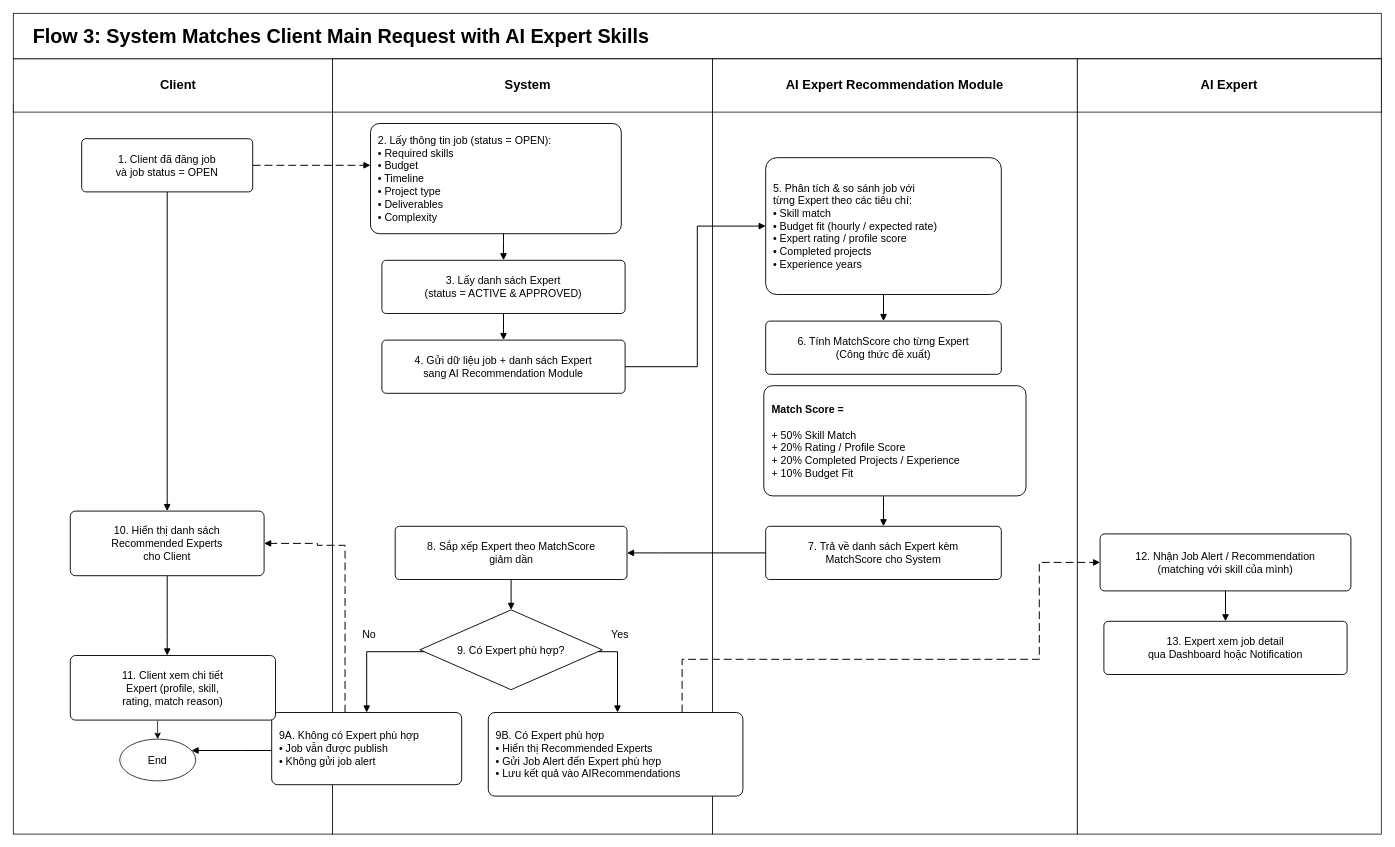
Earlier version of the draw.io diagram Document AiTasker/MainFlow/flow3_ai_expert_recommendation.drawio (khoabuck/AI-Tasker). Source tidied: cells renumbered, new cells numbered last; positions are measured from the earlier drawing's top-left corner, leaving out a move shared by most shapes. Both pictures are drawn from the tidied source at 76%, with x=0, y=0 at pixel (13, 13).
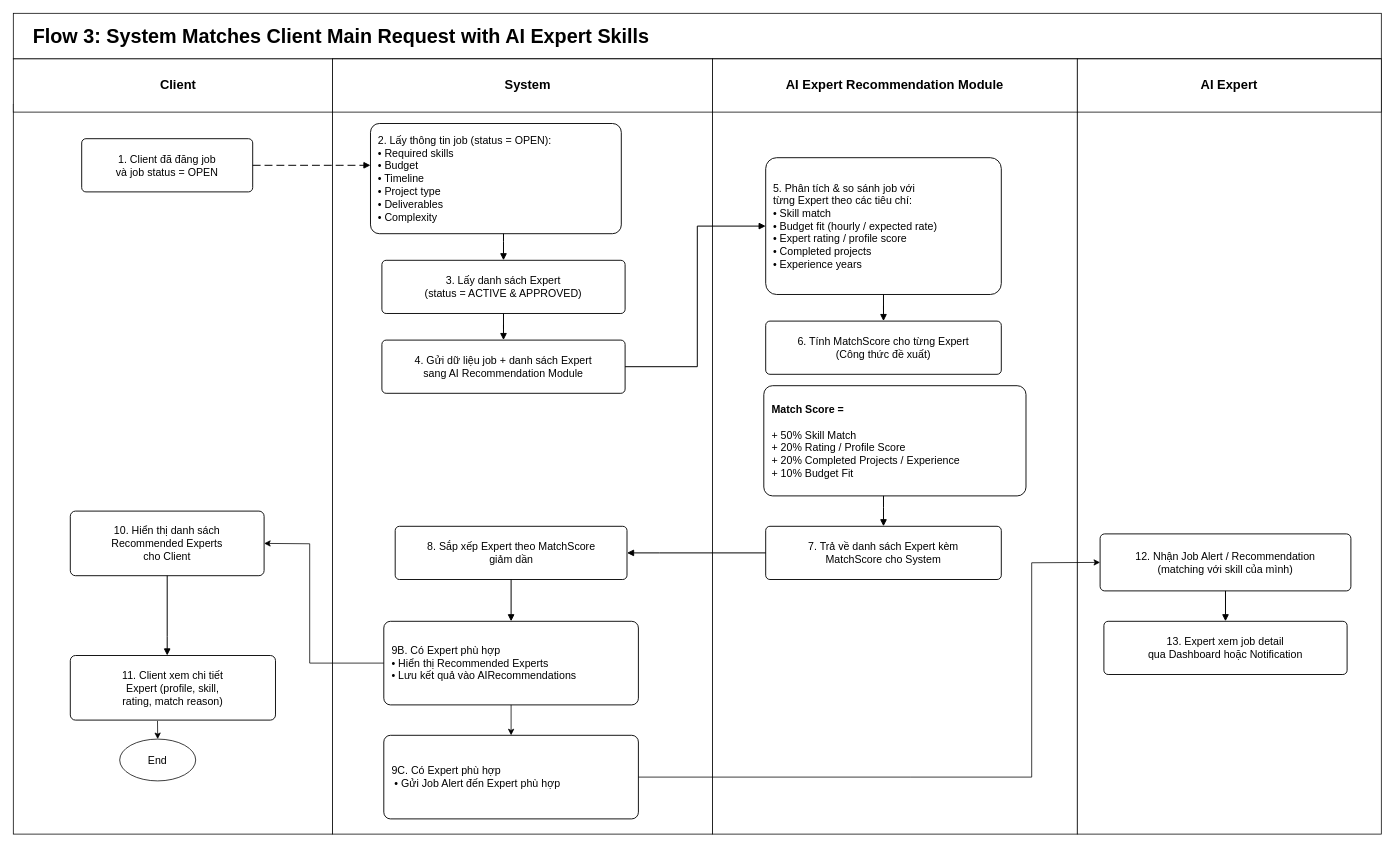
After the change.

The change refers to these unchanged cells:
```xml
<mxCell id="11" value="1. Client đã đăng job&lt;br&gt;và job status = OPEN" style="rounded=1;whiteSpace=wrap;html=1;arcSize=8;fontSize=14;spacing=8;align=center;verticalAlign=middle;strokeWidth=1.2;labelBackgroundColor=none;" parent="1" vertex="1">
  <mxGeometry x="90" y="165" width="225" height="70" as="geometry" />
</mxCell>
<mxCell id="19" value="8. Sắp xếp Expert theo MatchScore&lt;br&gt;giảm dần" style="rounded=1;whiteSpace=wrap;html=1;arcSize=8;fontSize=14;spacing=8;align=center;verticalAlign=middle;strokeWidth=1.2;labelBackgroundColor=none;" parent="1" vertex="1">
  <mxGeometry x="502.5" y="675" width="305" height="70" as="geometry" />
</mxCell>
<mxCell id="25" value="10. Hiển thị danh sách&lt;br&gt;Recommended Experts&lt;br&gt;cho Client" style="rounded=1;whiteSpace=wrap;html=1;arcSize=8;fontSize=14;spacing=8;align=center;verticalAlign=middle;strokeWidth=1.2;labelBackgroundColor=none;" parent="1" vertex="1">
  <mxGeometry x="75" y="655" width="255" height="85" as="geometry" />
</mxCell>
<mxCell id="27" value="End" style="ellipse;whiteSpace=wrap;html=1;fontSize=14;labelBackgroundColor=none;" parent="1" vertex="1">
  <mxGeometry x="140" y="955" width="100" height="55" as="geometry" />
</mxCell>
<mxCell id="28" value="12. Nhận Job Alert / Recommendation&lt;br&gt;(matching với skill của mình)" style="rounded=1;whiteSpace=wrap;html=1;arcSize=8;fontSize=14;spacing=8;align=center;verticalAlign=middle;strokeWidth=1.2;labelBackgroundColor=none;" parent="1" vertex="1">
  <mxGeometry x="1430" y="685" width="330" height="75" as="geometry" />
</mxCell>
```

Diff of the diagram source:
```diff
@@
-    <mxCell id="3" style="rounded=0;whiteSpace=wrap;html=1;labelBackgroundColor=none;" parent="1" vertex="1">
-      <mxGeometry y="120" width="420" height="960" as="geometry" />
-    </mxCell>
-    <mxCell id="4" style="rounded=0;whiteSpace=wrap;html=1;labelBackgroundColor=none;" parent="1" vertex="1">
-      <mxGeometry x="420" y="60" width="500" height="1020" as="geometry" />
-    </mxCell>
-    <mxCell id="5" style="rounded=0;whiteSpace=wrap;html=1;labelBackgroundColor=none;" parent="1" vertex="1">
-      <mxGeometry x="920" y="60" width="480" height="1020" as="geometry" />
-    </mxCell>
-    <mxCell id="6" style="rounded=0;whiteSpace=wrap;html=1;labelBackgroundColor=none;" parent="1" vertex="1">
-      <mxGeometry x="1400" y="60" width="400" height="1020" as="geometry" />
-    </mxCell>
+    <mxCell id="47" style="rounded=0;whiteSpace=wrap;html=1;labelBackgroundColor=none;" parent="1" vertex="1">
+      <mxGeometry y="120" width="420" height="960" as="geometry" />
+    </mxCell>
+    <mxCell id="48" style="rounded=0;whiteSpace=wrap;html=1;labelBackgroundColor=none;" parent="1" vertex="1">
+      <mxGeometry x="420" y="60" width="500" height="1020" as="geometry" />
+    </mxCell>
+    <mxCell id="49" style="rounded=0;whiteSpace=wrap;html=1;labelBackgroundColor=none;" parent="1" vertex="1">
+      <mxGeometry x="920" y="60" width="480" height="1020" as="geometry" />
+    </mxCell>
+    <mxCell id="50" style="rounded=0;whiteSpace=wrap;html=1;labelBackgroundColor=none;" parent="1" vertex="1">
+      <mxGeometry x="1400" y="60" width="400" height="1020" as="geometry" />
+    </mxCell>
@@
-    <mxCell id="20" value="9. Có Expert phù hợp?" style="rhombus;whiteSpace=wrap;html=1;fontSize=14;align=center;verticalAlign=middle;strokeWidth=1.2;labelBackgroundColor=none;" parent="1" vertex="1">
-      <mxGeometry x="535" y="785" width="240" height="105" as="geometry" />
-    </mxCell>
-    <mxCell id="21" value="No" style="text;html=1;strokeColor=none;fillColor=none;fontSize=14;align=center;verticalAlign=middle;labelBackgroundColor=none;" parent="1" vertex="1">
-      <mxGeometry x="445" y="805" width="45" height="25" as="geometry" />
-    </mxCell>
-    <mxCell id="22" value="Yes" style="text;html=1;strokeColor=none;fillColor=none;fontSize=14;align=center;verticalAlign=middle;labelBackgroundColor=none;" parent="1" vertex="1">
-      <mxGeometry x="770" y="805" width="55" height="25" as="geometry" />
-    </mxCell>
-    <mxCell id="23" value="9A. Không có Expert phù hợp&lt;br&gt;• Job vẫn được publish&lt;br&gt;• Không gửi job alert" style="rounded=1;whiteSpace=wrap;html=1;arcSize=8;fontSize=14;spacing=10;align=left;verticalAlign=middle;strokeWidth=1.2;labelBackgroundColor=none;" parent="1" vertex="1">
-      <mxGeometry x="340" y="920" width="250" height="95" as="geometry" />
-    </mxCell>
-    <mxCell id="24" value="9B. Có Expert phù hợp&lt;br&gt;• Hiển thị Recommended Experts&lt;br&gt;• Gửi Job Alert đến Expert phù hợp&lt;br&gt;• Lưu kết quả vào AIRecommendations" style="rounded=1;whiteSpace=wrap;html=1;arcSize=8;fontSize=14;spacing=10;align=left;verticalAlign=middle;strokeWidth=1.2;labelBackgroundColor=none;" parent="1" vertex="1">
-      <mxGeometry x="625" y="920" width="335" height="110" as="geometry" />
-    </mxCell>
+    <mxCell id="51" value="9B. Có Expert phù hợp&lt;br&gt;• Hiển thị Recommended Experts&lt;br&gt;• Lưu kết quả vào AIRecommendations" style="rounded=1;whiteSpace=wrap;html=1;arcSize=8;fontSize=14;spacing=10;align=left;verticalAlign=middle;strokeWidth=1.2;labelBackgroundColor=none;" parent="1" vertex="1">
+      <mxGeometry x="487.5" y="800" width="335" height="110" as="geometry" />
+    </mxCell>
@@
-    <mxCell id="31" style="edgeStyle=orthogonalEdgeStyle;rounded=0;jettySize=auto;html=1;endArrow=block;endFill=1;strokeWidth=1.3;labelBackgroundColor=none;fontColor=default;" parent="1" edge="1" source="11" target="25">
-      <mxGeometry relative="1" as="geometry" />
-    </mxCell>
@@
-    <mxCell id="38" style="edgeStyle=orthogonalEdgeStyle;rounded=0;jettySize=auto;html=1;endArrow=block;endFill=1;strokeWidth=1.3;labelBackgroundColor=none;fontColor=default;" parent="1" edge="1" source="19" target="20">
-      <mxGeometry relative="1" as="geometry" />
-    </mxCell>
-    <mxCell id="39" style="edgeStyle=orthogonalEdgeStyle;rounded=0;jettySize=auto;html=1;endArrow=block;endFill=1;strokeWidth=1.3;labelBackgroundColor=none;fontColor=default;" parent="1" edge="1" source="20" target="23">
-      <mxGeometry relative="1" as="geometry">
-        <Array as="points">
-          <mxPoint x="465" y="840" />
-          <mxPoint x="465" y="920" />
-        </Array>
-      </mxGeometry>
-    </mxCell>
-    <mxCell id="40" style="edgeStyle=orthogonalEdgeStyle;rounded=0;jettySize=auto;html=1;endArrow=block;endFill=1;strokeWidth=1.3;labelBackgroundColor=none;fontColor=default;" parent="1" edge="1" source="20" target="24">
-      <mxGeometry relative="1" as="geometry">
-        <Array as="points">
-          <mxPoint x="795" y="840" />
-          <mxPoint x="795" y="920" />
-        </Array>
-      </mxGeometry>
-    </mxCell>
-    <mxCell id="41" style="edgeStyle=orthogonalEdgeStyle;rounded=0;jettySize=auto;html=1;endArrow=block;endFill=1;strokeWidth=1.3;labelBackgroundColor=none;fontColor=default;" parent="1" edge="1" source="23" target="27">
-      <mxGeometry relative="1" as="geometry">
-        <Array as="points">
-          <mxPoint x="300" y="970" />
-          <mxPoint x="240" y="970" />
-        </Array>
-      </mxGeometry>
-    </mxCell>
-    <mxCell id="42" style="edgeStyle=orthogonalEdgeStyle;rounded=0;jettySize=auto;html=1;endArrow=block;endFill=1;strokeWidth=1.3;dashed=1;dashPattern=8 4;exitX=0.386;exitY=0.002;exitDx=0;exitDy=0;entryX=1;entryY=0.5;entryDx=0;entryDy=0;exitPerimeter=0;labelBackgroundColor=none;fontColor=default;" parent="1" edge="1" source="23" target="25">
-      <mxGeometry relative="1" as="geometry">
-        <Array as="points">
-          <mxPoint x="437" y="700" />
-          <mxPoint x="400" y="700" />
-          <mxPoint x="400" y="697" />
-        </Array>
-      </mxGeometry>
-    </mxCell>
-    <mxCell id="43" style="edgeStyle=orthogonalEdgeStyle;rounded=0;jettySize=auto;html=1;endArrow=block;endFill=1;strokeWidth=1.3;dashed=1;dashPattern=8 4;entryX=0;entryY=0.5;entryDx=0;entryDy=0;labelBackgroundColor=none;fontColor=default;" parent="1" edge="1" source="24" target="28">
-      <mxGeometry relative="1" as="geometry">
-        <Array as="points">
-          <mxPoint x="880" y="850" />
-          <mxPoint x="1350" y="850" />
-          <mxPoint x="1350" y="723" />
-        </Array>
-      </mxGeometry>
-    </mxCell>
+    <mxCell id="52" style="edgeStyle=orthogonalEdgeStyle;rounded=0;jettySize=auto;html=1;endArrow=block;endFill=1;strokeWidth=1.3;labelBackgroundColor=none;fontColor=default;entryX=0.5;entryY=0;entryDx=0;entryDy=0;" parent="1" edge="1" source="19" target="51">
+      <mxGeometry relative="1" as="geometry" />
+    </mxCell>
@@
+    <mxCell id="53" value="9C. Có Expert phù hợp&lt;br&gt;&amp;nbsp;• Gửi Job Alert đến Expert phù hợp" style="rounded=1;whiteSpace=wrap;html=1;arcSize=8;fontSize=14;spacing=10;align=left;verticalAlign=middle;strokeWidth=1.2;labelBackgroundColor=none;" parent="1" vertex="1">
+      <mxGeometry x="487.5" y="950" width="335" height="110" as="geometry" />
+    </mxCell>
+    <mxCell id="54" style="endArrow=classic;html=1;rounded=0;exitX=0.5;exitY=1;exitDx=0;exitDy=0;" parent="1" edge="1" source="51">
+      <mxGeometry relative="1" as="geometry">
+        <mxPoint x="655" y="950" as="targetPoint" />
+      </mxGeometry>
+    </mxCell>
+    <mxCell id="55" style="endArrow=classic;html=1;rounded=0;entryX=1;entryY=0.5;entryDx=0;entryDy=0;exitX=0;exitY=0.5;exitDx=0;exitDy=0;" parent="1" edge="1" source="51" target="25">
+      <mxGeometry relative="1" as="geometry">
+        <Array as="points">
+          <mxPoint x="390" y="855" />
+          <mxPoint x="390" y="698" />
+        </Array>
+      </mxGeometry>
+    </mxCell>
+    <mxCell id="56" style="endArrow=classic;html=1;rounded=0;entryX=0;entryY=0.5;entryDx=0;entryDy=0;exitX=1;exitY=0.5;exitDx=0;exitDy=0;" parent="1" edge="1" source="53" target="28">
+      <mxGeometry relative="1" as="geometry">
+        <Array as="points">
+          <mxPoint x="1180" y="1005" />
+          <mxPoint x="1340" y="1005" />
+          <mxPoint x="1340" y="723" />
+        </Array>
+      </mxGeometry>
+    </mxCell>
```
